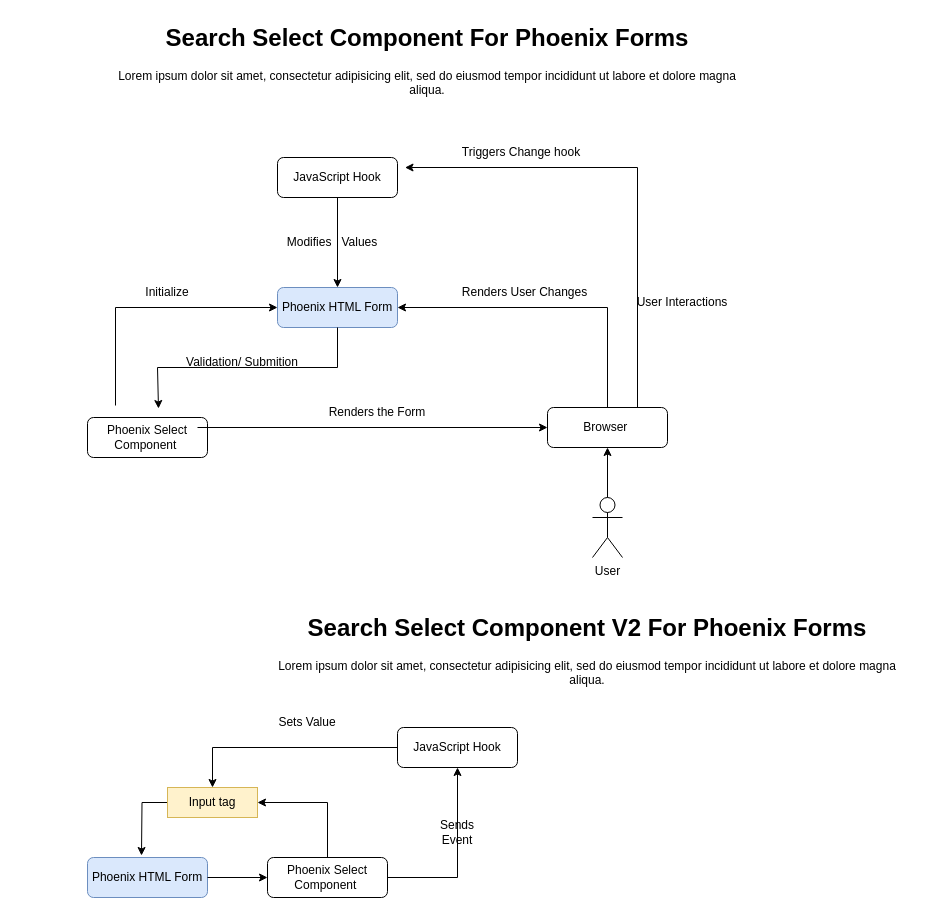
Earlier version of the draw.io diagram diagrams/SelectComponentDataFlow.drawio (nikolis/mehungry_umbrella). Source tidied: cells renumbered, new cells numbered last; positions are measured from the earlier drawing's top-left corner, leaving out a move shared by most shapes. Both pictures are drawn from the tidied source at 100%, with x=0, y=0 at pixel (87, 17).
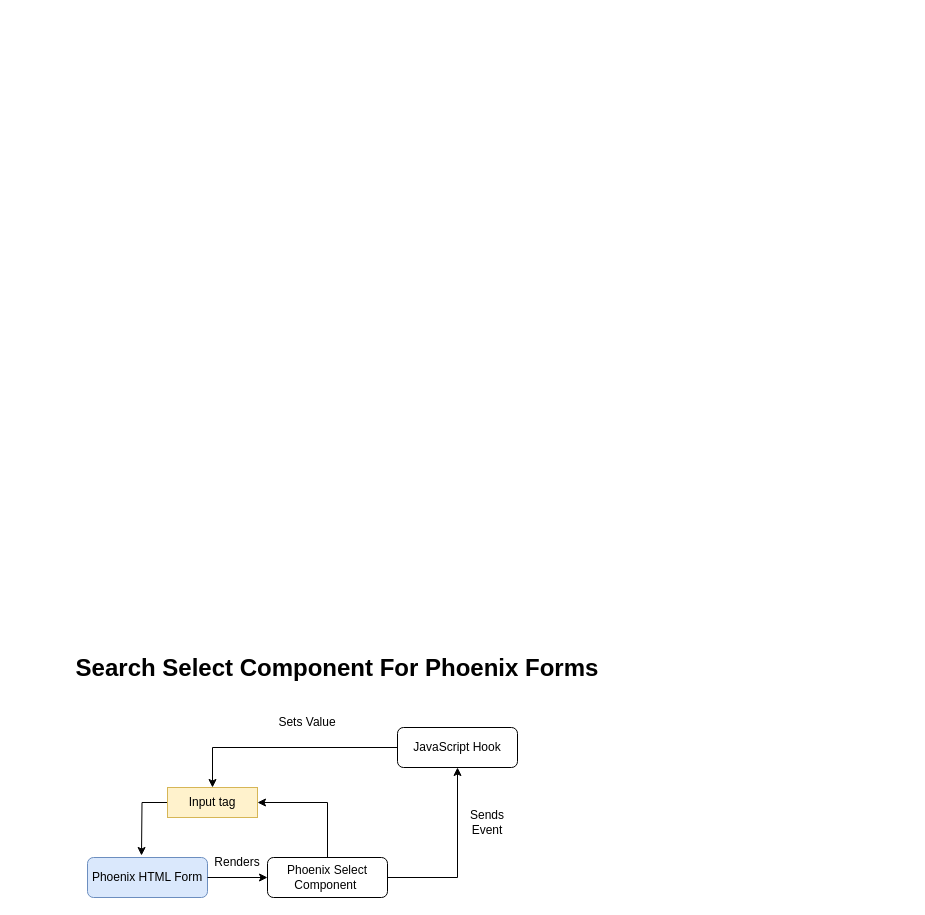
After the change.

The edit, as a diff of the source:
```diff
@@
-    <mxCell id="2" value="JavaScript Hook" style="rounded=1;whiteSpace=wrap;html=1;fontSize=12;glass=0;strokeWidth=1;shadow=0;" parent="1" vertex="1">
-      <mxGeometry x="190" y="140" width="120" height="40" as="geometry" />
-    </mxCell>
-    <mxCell id="3" value="Phoenix HTML Form" style="rounded=1;whiteSpace=wrap;html=1;fontSize=12;glass=0;strokeWidth=1;shadow=0;fillColor=#dae8fc;strokeColor=#6c8ebf;" parent="1" vertex="1">
-      <mxGeometry x="190" y="270" width="120" height="40" as="geometry" />
-    </mxCell>
-    <mxCell id="4" value="Phoenix Select Component&amp;nbsp;" style="rounded=1;whiteSpace=wrap;html=1;fontSize=12;glass=0;strokeWidth=1;shadow=0;" parent="1" vertex="1">
-      <mxGeometry y="400" width="120" height="40" as="geometry" />
-    </mxCell>
-    <mxCell id="5" value="Browser&amp;nbsp;" style="rounded=1;whiteSpace=wrap;html=1;fontSize=12;glass=0;strokeWidth=1;shadow=0;" parent="1" vertex="1">
-      <mxGeometry x="460" y="390" width="120" height="40" as="geometry" />
-    </mxCell>
-    <mxCell id="6" style="endArrow=classic;html=1;rounded=0;exitX=0.317;exitY=-0.05;exitDx=0;exitDy=0;entryX=0;entryY=0.5;entryDx=0;entryDy=0;exitPerimeter=0;" parent="1" edge="1" target="3">
-      <mxGeometry relative="1" as="geometry">
-        <mxPoint x="28" y="388" as="sourcePoint" />
-        <Array as="points">
-          <mxPoint x="28" y="290" />
-        </Array>
-      </mxGeometry>
-    </mxCell>
-    <mxCell id="7" style="endArrow=classic;html=1;rounded=0;entryX=0;entryY=0.5;entryDx=0;entryDy=0;exitX=1;exitY=0.5;exitDx=0;exitDy=0;" parent="1" edge="1" target="5">
-      <mxGeometry relative="1" as="geometry">
-        <mxPoint x="110" y="410" as="sourcePoint" />
-      </mxGeometry>
-    </mxCell>
-    <mxCell id="8" value="Renders the Form" style="text;html=1;align=center;verticalAlign=middle;whiteSpace=wrap;rounded=0;" parent="1" vertex="1">
-      <mxGeometry x="220" y="380" width="140" height="30" as="geometry" />
-    </mxCell>
-    <mxCell id="9" value="User&lt;div&gt;&lt;br&gt;&lt;/div&gt;" style="shape=umlActor;verticalLabelPosition=bottom;verticalAlign=top;html=1;outlineConnect=0;" parent="1" vertex="1">
-      <mxGeometry x="505" y="480" width="30" height="60" as="geometry" />
-    </mxCell>
-    <mxCell id="10" style="endArrow=classic;html=1;rounded=0;entryX=0.5;entryY=1;entryDx=0;entryDy=0;" parent="1" edge="1" source="9" target="5">
-      <mxGeometry relative="1" as="geometry" />
-    </mxCell>
-    <mxCell id="11" value="&lt;div&gt;User Interactions&lt;/div&gt;" style="text;html=1;align=center;verticalAlign=middle;whiteSpace=wrap;rounded=0;" parent="1" vertex="1">
-      <mxGeometry x="510" y="262.5" width="170" height="45" as="geometry" />
-    </mxCell>
-    <mxCell id="12" style="endArrow=classic;html=1;rounded=0;entryX=1;entryY=0.5;entryDx=0;entryDy=0;exitX=0.5;exitY=0;exitDx=0;exitDy=0;" parent="1" edge="1" source="5" target="3">
-      <mxGeometry relative="1" as="geometry">
-        <Array as="points">
-          <mxPoint x="520" y="290" />
-        </Array>
-      </mxGeometry>
-    </mxCell>
-    <mxCell id="13" value="Renders User Changes" style="text;html=1;align=center;verticalAlign=middle;whiteSpace=wrap;rounded=0;" parent="1" vertex="1">
-      <mxGeometry x="370" y="260" width="135" height="30" as="geometry" />
-    </mxCell>
-    <mxCell id="14" style="endArrow=classic;html=1;rounded=0;entryX=1;entryY=0.5;entryDx=0;entryDy=0;exitX=0.75;exitY=0;exitDx=0;exitDy=0;" parent="1" edge="1" source="5">
-      <mxGeometry relative="1" as="geometry">
-        <mxPoint x="317.5" y="150" as="targetPoint" />
-        <Array as="points">
-          <mxPoint x="550" y="150" />
-        </Array>
-      </mxGeometry>
-    </mxCell>
-    <mxCell id="15" value="Triggers Change hook" style="text;html=1;align=center;verticalAlign=middle;whiteSpace=wrap;rounded=0;" parent="1" vertex="1">
-      <mxGeometry x="364" y="120" width="140" height="30" as="geometry" />
-    </mxCell>
-    <mxCell id="16" value="Initialize" style="text;html=1;align=center;verticalAlign=middle;whiteSpace=wrap;rounded=0;" parent="1" vertex="1">
-      <mxGeometry x="50" y="260" width="60" height="30" as="geometry" />
-    </mxCell>
-    <mxCell id="17" style="endArrow=classic;html=1;rounded=0;exitX=0.5;exitY=1;exitDx=0;exitDy=0;entryX=0.5;entryY=0;entryDx=0;entryDy=0;" parent="1" edge="1" source="2" target="3">
-      <mxGeometry relative="1" as="geometry" />
-    </mxCell>
-    <mxCell id="18" value="Modifies&amp;nbsp; &amp;nbsp;Values" style="text;html=1;align=center;verticalAlign=middle;whiteSpace=wrap;rounded=0;" parent="1" vertex="1">
-      <mxGeometry x="170" y="210" width="150" height="30" as="geometry" />
-    </mxCell>
-    <mxCell id="19" style="endArrow=classic;html=1;rounded=0;entryX=0.675;entryY=0.025;entryDx=0;entryDy=0;entryPerimeter=0;exitX=0.5;exitY=1;exitDx=0;exitDy=0;" parent="1" edge="1" source="3">
-      <mxGeometry relative="1" as="geometry">
-        <mxPoint x="71" y="391" as="targetPoint" />
-        <Array as="points">
-          <mxPoint x="250" y="350" />
-          <mxPoint x="70" y="350" />
-        </Array>
-      </mxGeometry>
-    </mxCell>
-    <mxCell id="20" value="Validation/ Submition" style="text;html=1;align=center;verticalAlign=middle;whiteSpace=wrap;rounded=0;" parent="1" vertex="1">
-      <mxGeometry x="90" y="330" width="130" height="30" as="geometry" />
-    </mxCell>
-    <mxCell id="21" value="&lt;h1 style=&quot;margin-top: 0px;&quot;&gt;Search Select Component For Phoenix Forms&lt;/h1&gt;&lt;p&gt;Lorem ipsum dolor sit amet, consectetur adipisicing elit, sed do eiusmod tempor incididunt ut labore et dolore magna aliqua.&lt;/p&gt;" style="text;html=1;whiteSpace=wrap;overflow=hidden;rounded=0;align=center;" parent="1" vertex="1">
-      <mxGeometry x="20" width="640" height="120" as="geometry" />
-    </mxCell>
-    <mxCell id="22" style="edgeStyle=orthogonalEdgeStyle;rounded=0;orthogonalLoop=1;jettySize=auto;html=1;exitX=0.5;exitY=1;exitDx=0;exitDy=0;" parent="1" edge="1">
-      <mxGeometry relative="1" as="geometry">
-        <mxPoint x="310" y="60" as="sourcePoint" />
-        <mxPoint x="310" y="60" as="targetPoint" />
-      </mxGeometry>
-    </mxCell>
@@
-    <mxCell id="29" value="&lt;h1 style=&quot;margin-top: 0px;&quot;&gt;Search Select Component V2 For Phoenix Forms&lt;/h1&gt;&lt;p&gt;Lorem ipsum dolor sit amet, consectetur adipisicing elit, sed do eiusmod tempor incididunt ut labore et dolore magna aliqua.&lt;/p&gt;" style="text;html=1;whiteSpace=wrap;overflow=hidden;rounded=0;align=center;" parent="1" vertex="1">
-      <mxGeometry x="180" y="590" width="640" height="120" as="geometry" />
+    <mxCell id="29" value="&lt;h1 style=&quot;margin-top: 0px;&quot;&gt;Search Select Component For Phoenix Forms&lt;/h1&gt;&lt;p&gt;&lt;br&gt;&lt;/p&gt;" style="text;html=1;whiteSpace=wrap;overflow=hidden;rounded=0;align=center;" parent="1" vertex="1">
+      <mxGeometry x="-70" y="630" width="640" height="50" as="geometry" />
     </mxCell>
     <mxCell id="30" style="edgeStyle=orthogonalEdgeStyle;rounded=0;orthogonalLoop=1;jettySize=auto;html=1;exitX=0.5;exitY=1;exitDx=0;exitDy=0;" parent="1" edge="1">
       <mxGeometry relative="1" as="geometry">
-        <mxPoint x="440" y="670" as="sourcePoint" />
-        <mxPoint x="440" y="670" as="targetPoint" />
+        <mxPoint x="180" y="650" as="sourcePoint" />
+        <mxPoint x="180" y="650" as="targetPoint" />
       </mxGeometry>
     </mxCell>
@@
     <mxCell id="34" value="Sends Event" style="text;html=1;align=center;verticalAlign=middle;whiteSpace=wrap;rounded=0;" parent="1" vertex="1">
-      <mxGeometry x="340" y="800" width="60" height="30" as="geometry" />
+      <mxGeometry x="370" y="790" width="60" height="30" as="geometry" />
     </mxCell>
@@
+    <mxCell id="36" value="Renders" style="text;html=1;align=center;verticalAlign=middle;whiteSpace=wrap;rounded=0;" parent="1" vertex="1">
+      <mxGeometry x="120" y="830" width="60" height="30" as="geometry" />
+    </mxCell>
```
